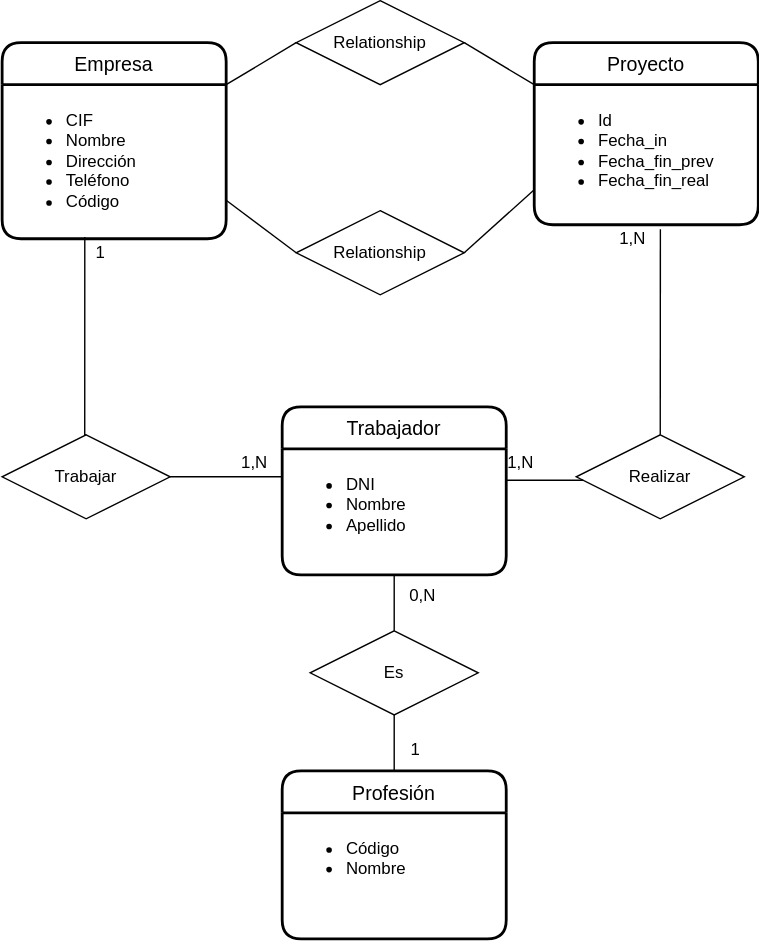
Earlier version of the draw.io export UD12-12.svg (Jimxx22/C3-UD11-UML). Source tidied: cells renumbered, new cells last; positions are measured from the earlier drawing's top-left corner, leaving out a move shared by most shapes.
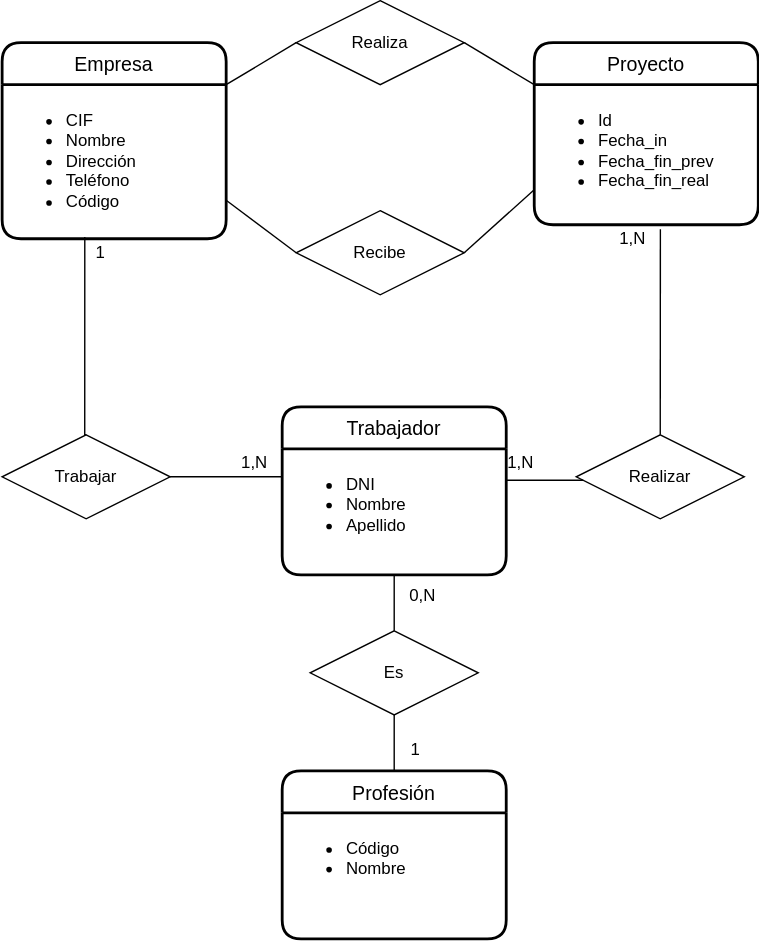
Above is the later version.

The edit, as a diff of the source:
```diff
@@ -70,13 +70,13 @@
         </Array>
       </mxGeometry>
     </mxCell>
-    <mxCell id="19" value="Relationship" style="shape=rhombus;perimeter=rhombusPerimeter;whiteSpace=wrap;html=1;align=center;labelBackgroundColor=none;" parent="1" vertex="1">
+    <mxCell id="19" value="Realiza" style="shape=rhombus;perimeter=rhombusPerimeter;whiteSpace=wrap;html=1;align=center;labelBackgroundColor=none;" parent="1" vertex="1">
       <mxGeometry x="210" width="120" height="60" as="geometry" />
     </mxCell>
     <mxCell id="20" value="1,N" style="text;html=1;align=center;verticalAlign=middle;strokeColor=none;fillColor=none;" parent="1" vertex="1">
       <mxGeometry x="430" y="155" width="40" height="30" as="geometry" />
     </mxCell>
-    <mxCell id="21" value="Relationship" style="shape=rhombus;perimeter=rhombusPerimeter;whiteSpace=wrap;html=1;align=center;labelBackgroundColor=none;" parent="1" vertex="1">
+    <mxCell id="21" value="Recibe" style="shape=rhombus;perimeter=rhombusPerimeter;whiteSpace=wrap;html=1;align=center;labelBackgroundColor=none;" parent="1" vertex="1">
       <mxGeometry x="210" y="150" width="120" height="60" as="geometry" />
     </mxCell>
     <mxCell id="22" value="1,N" style="text;html=1;align=center;verticalAlign=middle;strokeColor=none;fillColor=none;" parent="1" vertex="1">
```
